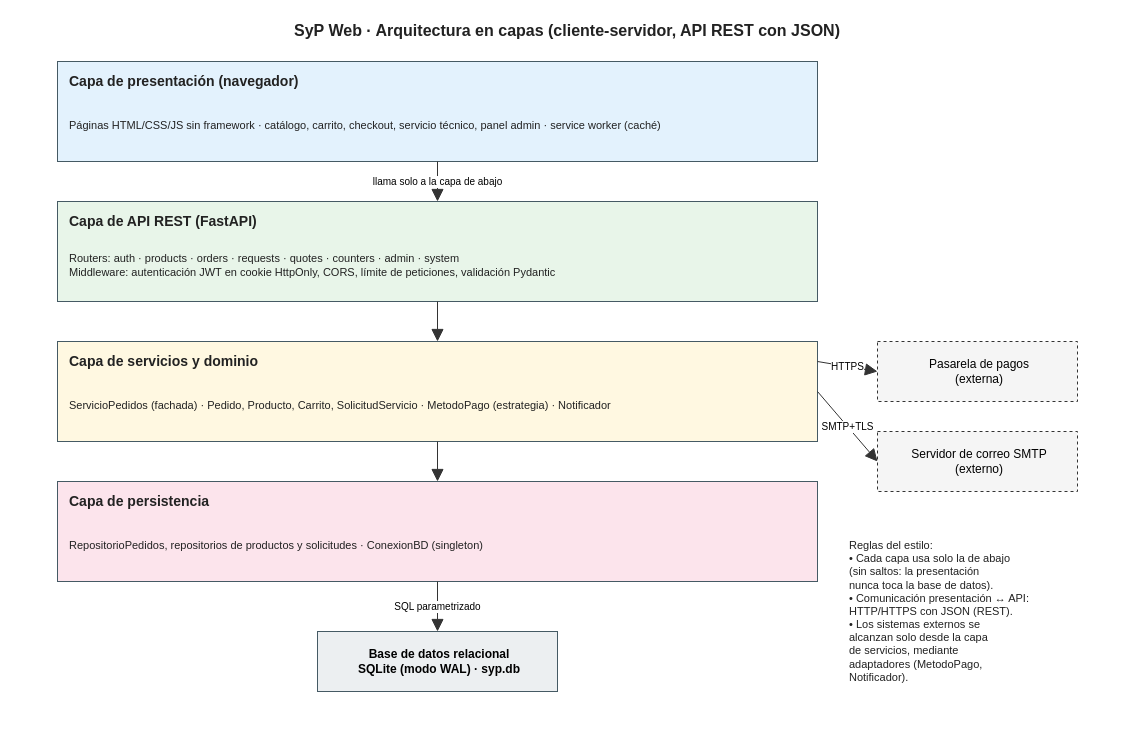
Above: 02-training-project/01-phase/02-planning/06-architecture/04-evidence-learning/G2-P1-fotocopiadora-syp/diagramas/A4-arquitectura-capas.drawio in Kevin81A/ADSO-3413974 (draw.io), before the change. Source tidied: cells renumbered, new cells numbered last; positions are measured from the earlier drawing's top-left corner, leaving out a move shared by most shapes. Both pictures are drawn from the tidied source at 100%, with x=0, y=0 at pixel (17, 17).
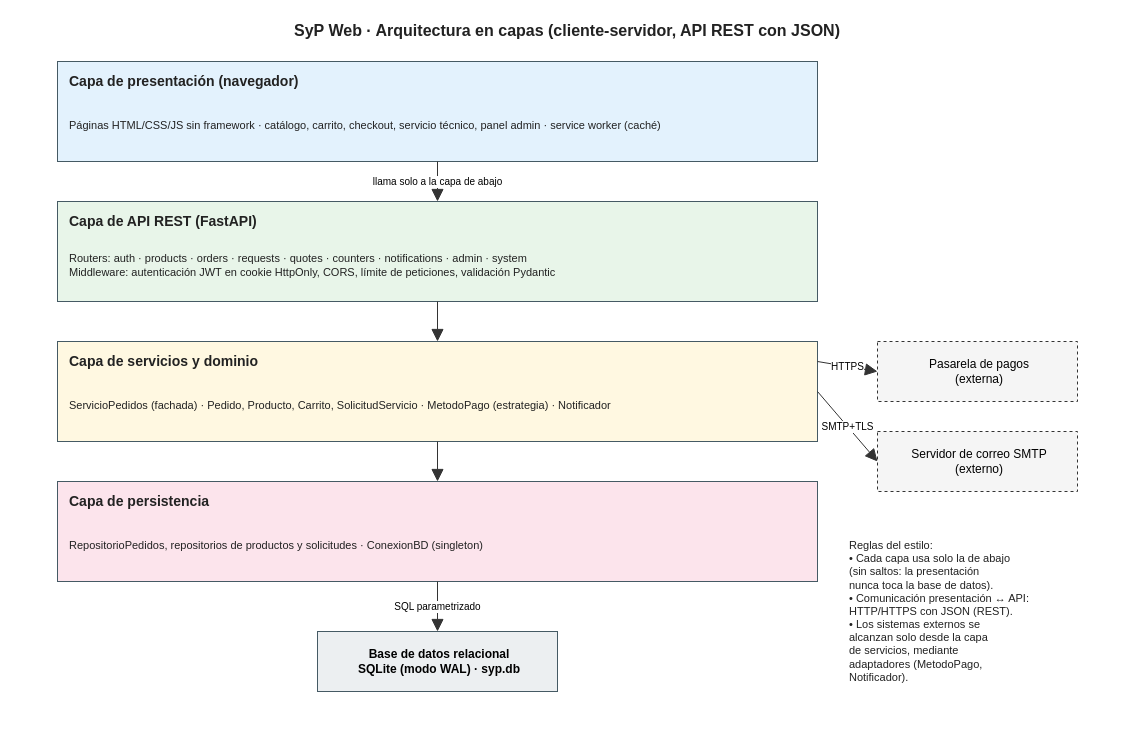
Above is the later version.

Commit message (it also covers changes not shown here):
G2-P1 (día 2): A4 lista los 9 routers (faltaba notifications) y A6 aclara que es el despliegue objetivo

Change to the diagram source:
```diff
@@
-    <mxCell id="9" value="Routers: auth · products · orders · requests · quotes · counters · admin · system&lt;br&gt;Middleware: autenticación JWT en cookie HttpOnly, CORS, límite de peticiones, validación Pydantic" style="text;html=1;whiteSpace=wrap;align=left;verticalAlign=middle;fontSize=11;fontStyle=0;fontColor=#222;" parent="1" vertex="1">
+    <mxCell id="9" value="Routers: auth · products · orders · requests · quotes · counters · notifications · admin · system&lt;br&gt;Middleware: autenticación JWT en cookie HttpOnly, CORS, límite de peticiones, validación Pydantic" style="text;html=1;whiteSpace=wrap;align=left;verticalAlign=middle;fontSize=11;fontStyle=0;fontColor=#222;" parent="1" vertex="1">
       <mxGeometry x="50" y="220" width="740" height="56" as="geometry" />
     </mxCell>
```
